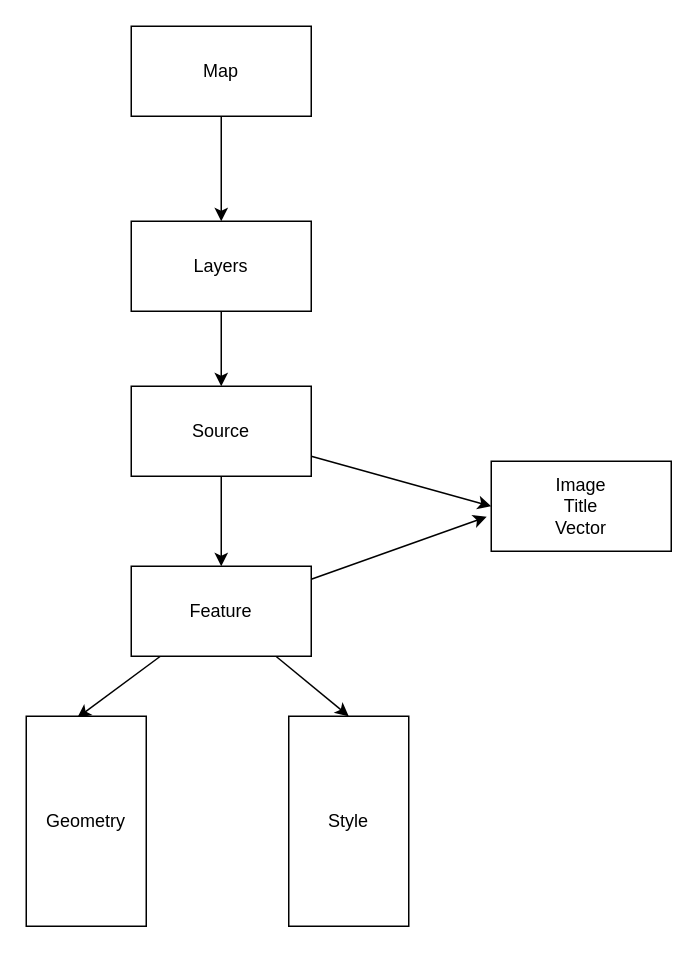
This is 01/03.drawio from betterLeaf/web-gis, a draw.io file, before an edit. Source tidied: cells renumbered, new cells numbered last; positions are measured from the earlier drawing's top-left corner, leaving out a move shared by most shapes. Both pictures are drawn from the tidied source at 150%, with x=0, y=0 at pixel (26, 26).
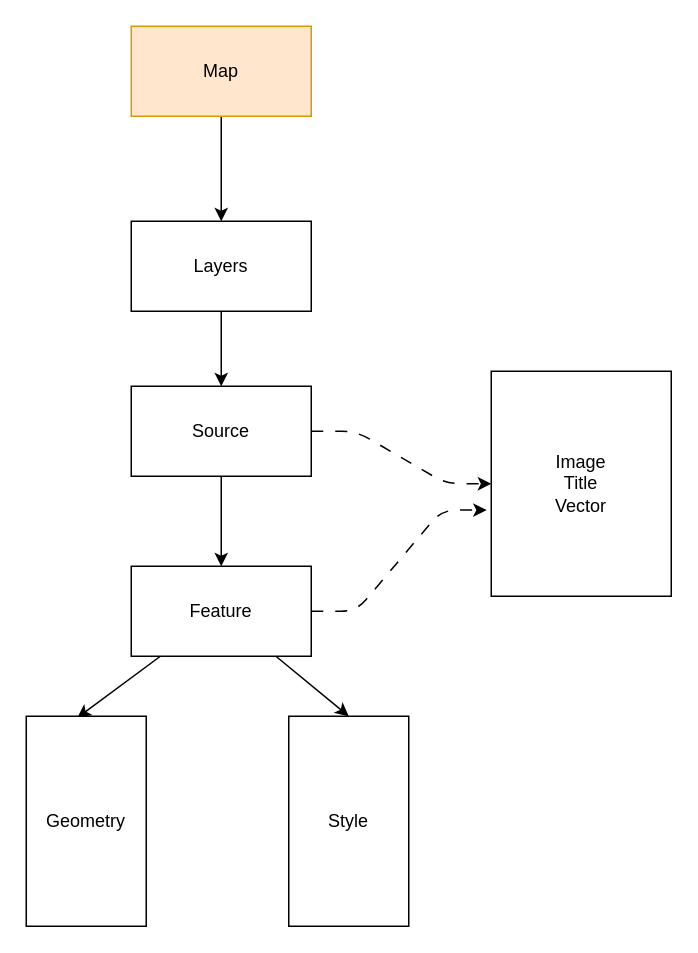
After the change.

Commit message:
流程图修改

The edit, as a diff of the source:
```diff
@@
 <mxGraphModel>
   <root>
     <mxCell id="0" />
     <mxCell id="1" parent="0" />
     <mxCell id="2" style="edgeStyle=none;html=1;entryX=0.5;entryY=0;entryDx=0;entryDy=0;" parent="1" edge="1" source="3" target="5">
       <mxGeometry relative="1" as="geometry" />
     </mxCell>
-    <mxCell id="3" value="Map" style="rounded=0;whiteSpace=wrap;html=1;" parent="1" vertex="1">
+    <mxCell id="3" value="Map" style="rounded=0;whiteSpace=wrap;html=1;fillColor=#ffe6cc;strokeColor=#d79b00;" parent="1" vertex="1">
       <mxGeometry x="70" width="120" height="60" as="geometry" />
     </mxCell>
     <mxCell id="4" style="edgeStyle=none;html=1;" parent="1" edge="1" source="5" target="8">
       <mxGeometry relative="1" as="geometry" />
     </mxCell>
     <mxCell id="5" value="Layers" style="rounded=0;whiteSpace=wrap;html=1;" parent="1" vertex="1">
       <mxGeometry x="70" y="130" width="120" height="60" as="geometry" />
     </mxCell>
     <mxCell id="6" style="edgeStyle=none;html=1;" parent="1" edge="1" source="8" target="12">
       <mxGeometry relative="1" as="geometry" />
     </mxCell>
-    <mxCell id="7" style="edgeStyle=none;html=1;entryX=0;entryY=0.5;entryDx=0;entryDy=0;" parent="1" edge="1" source="8" target="15">
+    <mxCell id="7" style="edgeStyle=entityRelationEdgeStyle;html=1;entryX=0;entryY=0.5;entryDx=0;entryDy=0;dashed=1;dashPattern=8 8;rounded=1;curved=0;" parent="1" edge="1" source="8" target="15">
       <mxGeometry relative="1" as="geometry" />
     </mxCell>
     <mxCell id="8" value="Source" style="rounded=0;whiteSpace=wrap;html=1;" parent="1" vertex="1">
       <mxGeometry x="70" y="240" width="120" height="60" as="geometry" />
     </mxCell>
     <mxCell id="9" style="edgeStyle=none;html=1;entryX=0.425;entryY=0.007;entryDx=0;entryDy=0;entryPerimeter=0;" parent="1" edge="1" source="12" target="13">
       <mxGeometry relative="1" as="geometry" />
     </mxCell>
     <mxCell id="10" style="edgeStyle=none;html=1;entryX=0.5;entryY=0;entryDx=0;entryDy=0;" parent="1" edge="1" source="12" target="14">
       <mxGeometry relative="1" as="geometry" />
     </mxCell>
-    <mxCell id="11" style="edgeStyle=none;html=1;entryX=-0.025;entryY=0.617;entryDx=0;entryDy=0;entryPerimeter=0;" parent="1" edge="1" source="12" target="15">
+    <mxCell id="11" style="edgeStyle=entityRelationEdgeStyle;html=1;entryX=-0.025;entryY=0.617;entryDx=0;entryDy=0;entryPerimeter=0;dashed=1;dashPattern=8 8;" parent="1" edge="1" source="12" target="15">
       <mxGeometry relative="1" as="geometry" />
     </mxCell>
     <mxCell id="12" value="Feature" style="rounded=0;whiteSpace=wrap;html=1;" parent="1" vertex="1">
       <mxGeometry x="70" y="360" width="120" height="60" as="geometry" />
     </mxCell>
     <mxCell id="13" value="Geometry" style="rounded=0;whiteSpace=wrap;html=1;" parent="1" vertex="1">
       <mxGeometry y="460" width="80" height="140" as="geometry" />
     </mxCell>
     <mxCell id="14" value="Style" style="rounded=0;whiteSpace=wrap;html=1;" parent="1" vertex="1">
       <mxGeometry x="175" y="460" width="80" height="140" as="geometry" />
     </mxCell>
     <mxCell id="15" value="Image&lt;br&gt;Title&lt;br&gt;Vector" style="rounded=0;whiteSpace=wrap;html=1;" parent="1" vertex="1">
-      <mxGeometry x="310" y="290" width="120" height="60" as="geometry" />
+      <mxGeometry x="310" y="230" width="120" height="150" as="geometry" />
     </mxCell>
   </root>
 </mxGraphModel>
```
